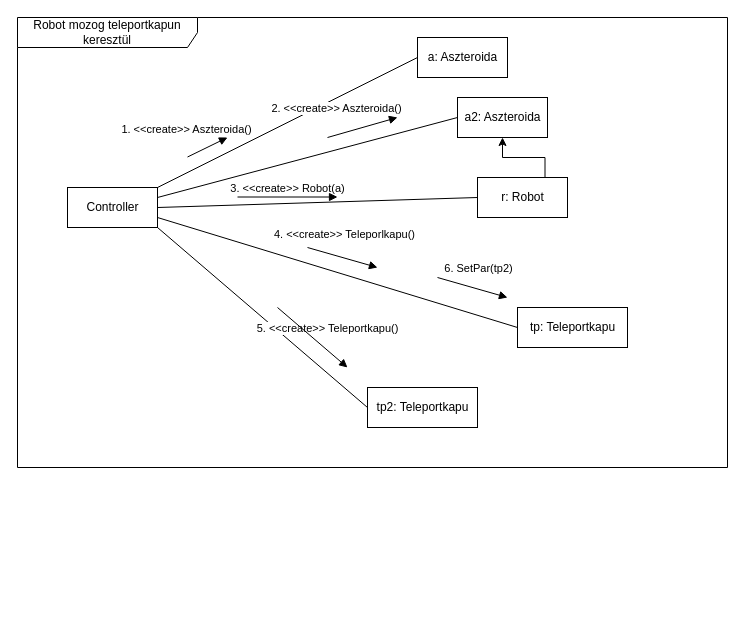
This is page "RobotTPMozgas" (2 of 3) of doc/kommunikacio/TeleportMozgas.drawio from torpeBoiGo/aszteroidabanyaszat, a draw.io file, before an edit. Source tidied: cells renumbered, new cells numbered last; positions are measured from the earlier drawing's top-left corner, leaving out a move shared by most shapes. Both pictures are drawn from the tidied source at 100%, with x=0, y=0 at pixel (17, 17).
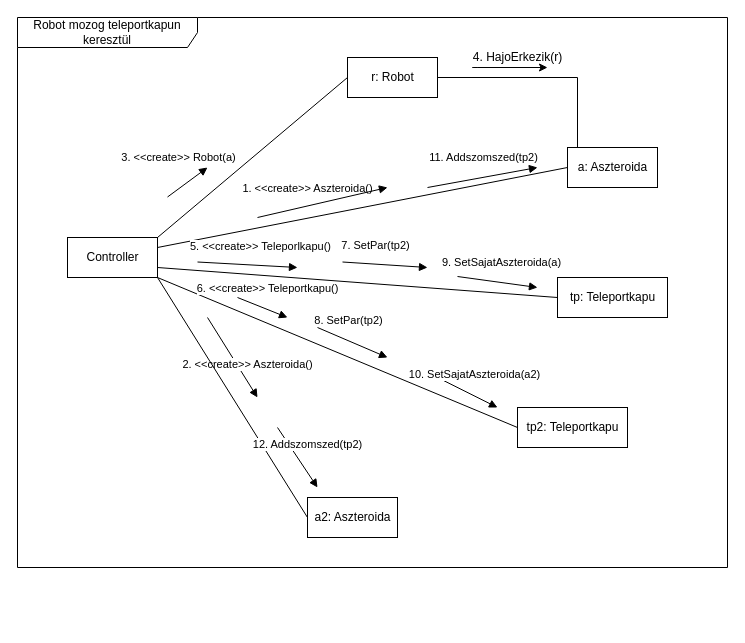
After the change.

Change to the diagram source:
```diff
@@
     <mxCell id="2" value="Robot mozog teleportkapun keresztül" style="shape=umlFrame;whiteSpace=wrap;html=1;width=180;height=30;" parent="1" vertex="1">
-      <mxGeometry width="710" height="450" as="geometry" />
+      <mxGeometry width="710" height="550" as="geometry" />
     </mxCell>
-    <mxCell id="3" style="edgeStyle=orthogonalEdgeStyle;rounded=0;jettySize=auto;html=1;exitX=0.75;exitY=0;exitDx=0;exitDy=0;entryX=0.5;entryY=1;entryDx=0;entryDy=0;" parent="1" edge="1" source="4" target="12">
-      <mxGeometry relative="1" as="geometry" />
+    <mxCell id="3" style="edgeStyle=orthogonalEdgeStyle;rounded=0;jettySize=auto;html=1;exitX=1;exitY=0.5;exitDx=0;exitDy=0;entryX=0.5;entryY=1;entryDx=0;entryDy=0;endArrow=none;endFill=0;" parent="1" edge="1" source="4" target="5">
+      <mxGeometry relative="1" as="geometry">
+        <Array as="points">
+          <mxPoint x="560" y="60" />
+          <mxPoint x="560" y="170" />
+        </Array>
+      </mxGeometry>
     </mxCell>
     <mxCell id="4" value="r: Robot" style="html=1;" parent="1" vertex="1">
-      <mxGeometry x="460" y="160" width="90" height="40" as="geometry" />
+      <mxGeometry x="330" y="40" width="90" height="40" as="geometry" />
     </mxCell>
     <mxCell id="5" value="a: Aszteroida" style="html=1;" parent="1" vertex="1">
-      <mxGeometry x="400" y="20" width="90" height="40" as="geometry" />
+      <mxGeometry x="550" y="130" width="90" height="40" as="geometry" />
     </mxCell>
     <mxCell id="6" value="tp: Teleportkapu" style="html=1;" parent="1" vertex="1">
-      <mxGeometry x="500" y="290" width="110" height="40" as="geometry" />
+      <mxGeometry x="540" y="260" width="110" height="40" as="geometry" />
     </mxCell>
     <mxCell id="7" value="Controller" style="html=1;" parent="1" vertex="1">
-      <mxGeometry x="50" y="170" width="90" height="40" as="geometry" />
+      <mxGeometry x="50" y="220" width="90" height="40" as="geometry" />
     </mxCell>
-    <mxCell id="8" value="3. &amp;lt;&amp;lt;create&amp;gt;&amp;gt; Robot(a)" style="html=1;verticalAlign=bottom;endArrow=none;exitX=1;exitY=0.5;exitDx=0;exitDy=0;entryX=0;entryY=0.5;entryDx=0;entryDy=0;endFill=0;" parent="1" edge="1" source="7" target="4">
-      <mxGeometry x="-0.19" y="6" relative="1" as="geometry" />
+    <mxCell id="8" value="3. &amp;lt;&amp;lt;create&amp;gt;&amp;gt; Robot(a)" style="html=1;verticalAlign=bottom;endArrow=none;entryX=0;entryY=0.5;entryDx=0;entryDy=0;endFill=0;" parent="1" edge="1" target="4">
+      <mxGeometry x="-0.51" y="41" relative="1" as="geometry">
+        <mxPoint x="140" y="220" as="sourcePoint" />
+        <mxPoint x="1" as="offset" />
+      </mxGeometry>
     </mxCell>
-    <mxCell id="9" style="html=1;verticalAlign=bottom;endArrow=none;exitX=1;exitY=0;exitDx=0;exitDy=0;entryX=0;entryY=0.5;entryDx=0;entryDy=0;endFill=0;" parent="1" edge="1" source="7" target="5">
-      <mxGeometry x="0.17" y="-40" relative="1" as="geometry" />
+    <mxCell id="9" style="html=1;verticalAlign=bottom;endArrow=none;entryX=0;entryY=0.5;entryDx=0;entryDy=0;endFill=0;" parent="1" edge="1" target="5">
+      <mxGeometry x="0.17" y="-40" relative="1" as="geometry">
+        <mxPoint x="140" y="230" as="sourcePoint" />
+      </mxGeometry>
     </mxCell>
-    <mxCell id="10" value="4. &amp;lt;&amp;lt;create&amp;gt;&amp;gt; Teleporlkapu()" style="html=1;verticalAlign=bottom;endArrow=none;entryX=0;entryY=0.5;entryDx=0;entryDy=0;endFill=0;" parent="1" edge="1" target="6">
-      <mxGeometry x="-0.01" y="30" relative="1" as="geometry">
-        <mxPoint x="140" y="200" as="sourcePoint" />
+    <mxCell id="10" value="5. &amp;lt;&amp;lt;create&amp;gt;&amp;gt; Teleporlkapu()" style="html=1;verticalAlign=bottom;endArrow=none;entryX=0;entryY=0.5;entryDx=0;entryDy=0;endFill=0;" parent="1" edge="1" target="6">
+      <mxGeometry x="-0.49" y="20" relative="1" as="geometry">
+        <mxPoint x="140" y="250" as="sourcePoint" />
       </mxGeometry>
     </mxCell>
     <mxCell id="11" value="1. &amp;lt;&amp;lt;create&amp;gt;&amp;gt; Aszteroida()" style="html=1;verticalAlign=bottom;endArrow=block;" parent="1" edge="1">
-      <mxGeometry x="-0.62" y="18" relative="1" as="geometry">
-        <mxPoint x="170" y="139.5" as="sourcePoint" />
-        <mxPoint x="210" y="120" as="targetPoint" />
-        <mxPoint y="1" as="offset" />
+      <mxGeometry x="1" y="-104" relative="1" as="geometry">
+        <mxPoint x="150" y="179.5" as="sourcePoint" />
+        <mxPoint x="190" y="150" as="targetPoint" />
+        <mxPoint x="38" y="-54" as="offset" />
       </mxGeometry>
     </mxCell>
     <mxCell id="12" value="a2: Aszteroida" style="html=1;" parent="1" vertex="1">
-      <mxGeometry x="440" y="80" width="90" height="40" as="geometry" />
+      <mxGeometry x="290" y="480" width="90" height="40" as="geometry" />
     </mxCell>
     <mxCell id="13" value="2. &amp;lt;&amp;lt;create&amp;gt;&amp;gt; Aszteroida()" style="html=1;verticalAlign=bottom;endArrow=block;" parent="1" edge="1">
-      <mxGeometry x="-0.62" y="18" relative="1" as="geometry">
-        <mxPoint x="310" y="120" as="sourcePoint" />
-        <mxPoint x="380" y="100" as="targetPoint" />
-        <mxPoint y="1" as="offset" />
+      <mxGeometry x="0.47" y="5" relative="1" as="geometry">
+        <mxPoint x="190" y="300" as="sourcePoint" />
+        <mxPoint x="240" y="380" as="targetPoint" />
+        <mxPoint x="-1" as="offset" />
       </mxGeometry>
     </mxCell>
-    <mxCell id="14" style="html=1;verticalAlign=bottom;endArrow=none;exitX=1;exitY=0.25;exitDx=0;exitDy=0;entryX=0;entryY=0.5;entryDx=0;entryDy=0;endFill=0;" parent="1" edge="1" source="7" target="12">
+    <mxCell id="14" style="html=1;verticalAlign=bottom;endArrow=none;exitX=1;exitY=1;exitDx=0;exitDy=0;entryX=0;entryY=0.5;entryDx=0;entryDy=0;endFill=0;" parent="1" edge="1" source="7" target="12">
       <mxGeometry x="0.17" y="-40" relative="1" as="geometry" />
     </mxCell>
     <mxCell id="15" value="tp2: Teleportkapu" style="html=1;" parent="1" vertex="1">
-      <mxGeometry x="350" y="370" width="110" height="40" as="geometry" />
+      <mxGeometry x="500" y="390" width="110" height="40" as="geometry" />
     </mxCell>
-    <mxCell id="16" value="5. &amp;lt;&amp;lt;create&amp;gt;&amp;gt; Teleportkapu()" style="html=1;verticalAlign=bottom;endArrow=none;exitX=1;exitY=1;exitDx=0;exitDy=0;entryX=0;entryY=0.5;entryDx=0;entryDy=0;endFill=0;" parent="1" edge="1" source="7" target="15">
-      <mxGeometry x="0.45" y="27" relative="1" as="geometry" />
+    <mxCell id="16" value="6. &amp;lt;&amp;lt;create&amp;gt;&amp;gt; Teleportkapu()" style="html=1;verticalAlign=bottom;endArrow=none;exitX=1;exitY=1;exitDx=0;exitDy=0;entryX=0;entryY=0.5;entryDx=0;entryDy=0;endFill=0;" parent="1" edge="1" source="7" target="15">
+      <mxGeometry x="-0.44" y="24" relative="1" as="geometry" />
     </mxCell>
-    <mxCell id="17" value="6. SetPar(tp2)" style="html=1;verticalAlign=bottom;endArrow=block;" parent="1" edge="1">
+    <mxCell id="17" value="9. SetSajatAszteroida(a)" style="html=1;verticalAlign=bottom;endArrow=block;" parent="1" edge="1">
       <mxGeometry x="0.06" y="11" relative="1" as="geometry">
-        <mxPoint x="420" y="260" as="sourcePoint" />
-        <mxPoint x="490" y="280" as="targetPoint" />
+        <mxPoint x="440" y="259" as="sourcePoint" />
+        <mxPoint x="520" y="270" as="targetPoint" />
       </mxGeometry>
     </mxCell>
     <mxCell id="18" style="html=1;verticalAlign=bottom;endArrow=block;" parent="1" edge="1">
       <mxGeometry x="0.06" y="11" relative="1" as="geometry">
-        <mxPoint x="290" y="230" as="sourcePoint" />
-        <mxPoint x="360" y="250" as="targetPoint" />
+        <mxPoint x="240" y="200" as="sourcePoint" />
+        <mxPoint x="370" y="170" as="targetPoint" />
       </mxGeometry>
     </mxCell>
     <mxCell id="19" style="html=1;verticalAlign=bottom;endArrow=block;" parent="1" edge="1">
       <mxGeometry x="0.06" y="11" relative="1" as="geometry">
-        <mxPoint x="260" y="290" as="sourcePoint" />
-        <mxPoint x="330" y="350" as="targetPoint" />
+        <mxPoint x="220" y="280" as="sourcePoint" />
+        <mxPoint x="270" y="300" as="targetPoint" />
       </mxGeometry>
     </mxCell>
     <mxCell id="20" style="html=1;verticalAlign=bottom;endArrow=block;" parent="1" edge="1">
       <mxGeometry x="0.06" y="11" relative="1" as="geometry">
-        <mxPoint x="220" y="179.5" as="sourcePoint" />
-        <mxPoint x="320" y="179.5" as="targetPoint" />
+        <mxPoint x="180" y="244.5" as="sourcePoint" />
+        <mxPoint x="280" y="250" as="targetPoint" />
       </mxGeometry>
     </mxCell>
     <mxCell id="21" style="html=1;verticalAlign=bottom;endArrow=block;" parent="1" edge="1">
       <mxGeometry x="0.06" y="11" relative="1" as="geometry">
-        <mxPoint x="450" y="170" as="sourcePoint" />
-        <mxPoint x="450" y="170" as="targetPoint" />
+        <mxPoint x="250" y="600" as="sourcePoint" />
+        <mxPoint x="250" y="600" as="targetPoint" />
       </mxGeometry>
     </mxCell>
     <mxCell id="22" style="html=1;verticalAlign=bottom;endArrow=block;" parent="1" edge="1">
       <mxGeometry x="0.06" y="11" relative="1" as="geometry">
-        <mxPoint x="350" y="170" as="sourcePoint" />
-        <mxPoint x="350" y="170" as="targetPoint" />
+        <mxPoint x="335" y="234.5" as="sourcePoint" />
+        <mxPoint x="335" y="234.5" as="targetPoint" />
       </mxGeometry>
     </mxCell>
+    <mxCell id="23" value="4. HajoErkezik(r)" style="text;html=1;align=center;verticalAlign=middle;" parent="1" vertex="1">
+      <mxGeometry x="450" y="30" width="100" height="20" as="geometry" />
+    </mxCell>
+    <mxCell id="24" style="endArrow=classic;html=1;" parent="1" edge="1">
+      <mxGeometry relative="1" as="geometry">
+        <mxPoint x="500" y="50" as="sourcePoint" />
+        <mxPoint x="530" y="50" as="targetPoint" />
+        <Array as="points">
+          <mxPoint x="450" y="50" />
+        </Array>
+      </mxGeometry>
+    </mxCell>
+    <mxCell id="25" value="7. SetPar(tp2)" style="html=1;verticalAlign=bottom;endArrow=block;" parent="1" edge="1">
+      <mxGeometry x="-0.25" y="10" relative="1" as="geometry">
+        <mxPoint x="325" y="244.5" as="sourcePoint" />
+        <mxPoint x="410" y="250" as="targetPoint" />
+      </mxGeometry>
+    </mxCell>
+    <mxCell id="26" value="12. Addszomszed(tp2)" style="html=1;verticalAlign=bottom;endArrow=block;" parent="1" edge="1">
+      <mxGeometry x="0.06" y="11" relative="1" as="geometry">
+        <mxPoint x="260" y="410" as="sourcePoint" />
+        <mxPoint x="300" y="470" as="targetPoint" />
+      </mxGeometry>
+    </mxCell>
+    <mxCell id="27" value="10. SetSajatAszteroida(a2)" style="html=1;verticalAlign=bottom;endArrow=block;" parent="1" edge="1">
+      <mxGeometry x="0.06" y="11" relative="1" as="geometry">
+        <mxPoint x="420" y="360" as="sourcePoint" />
+        <mxPoint x="480" y="390" as="targetPoint" />
+      </mxGeometry>
+    </mxCell>
+    <mxCell id="28" value="11. Addszomszed(tp2)" style="html=1;verticalAlign=bottom;endArrow=block;" parent="1" edge="1">
+      <mxGeometry x="0.06" y="11" relative="1" as="geometry">
+        <mxPoint x="410" y="170" as="sourcePoint" />
+        <mxPoint x="520" y="150" as="targetPoint" />
+      </mxGeometry>
+    </mxCell>
+    <mxCell id="29" value="8. SetPar(tp2)" style="html=1;verticalAlign=bottom;endArrow=block;" parent="1" edge="1">
+      <mxGeometry x="-0.25" y="10" relative="1" as="geometry">
+        <mxPoint x="300" y="310" as="sourcePoint" />
+        <mxPoint x="370" y="340" as="targetPoint" />
+      </mxGeometry>
+    </mxCell>
```
